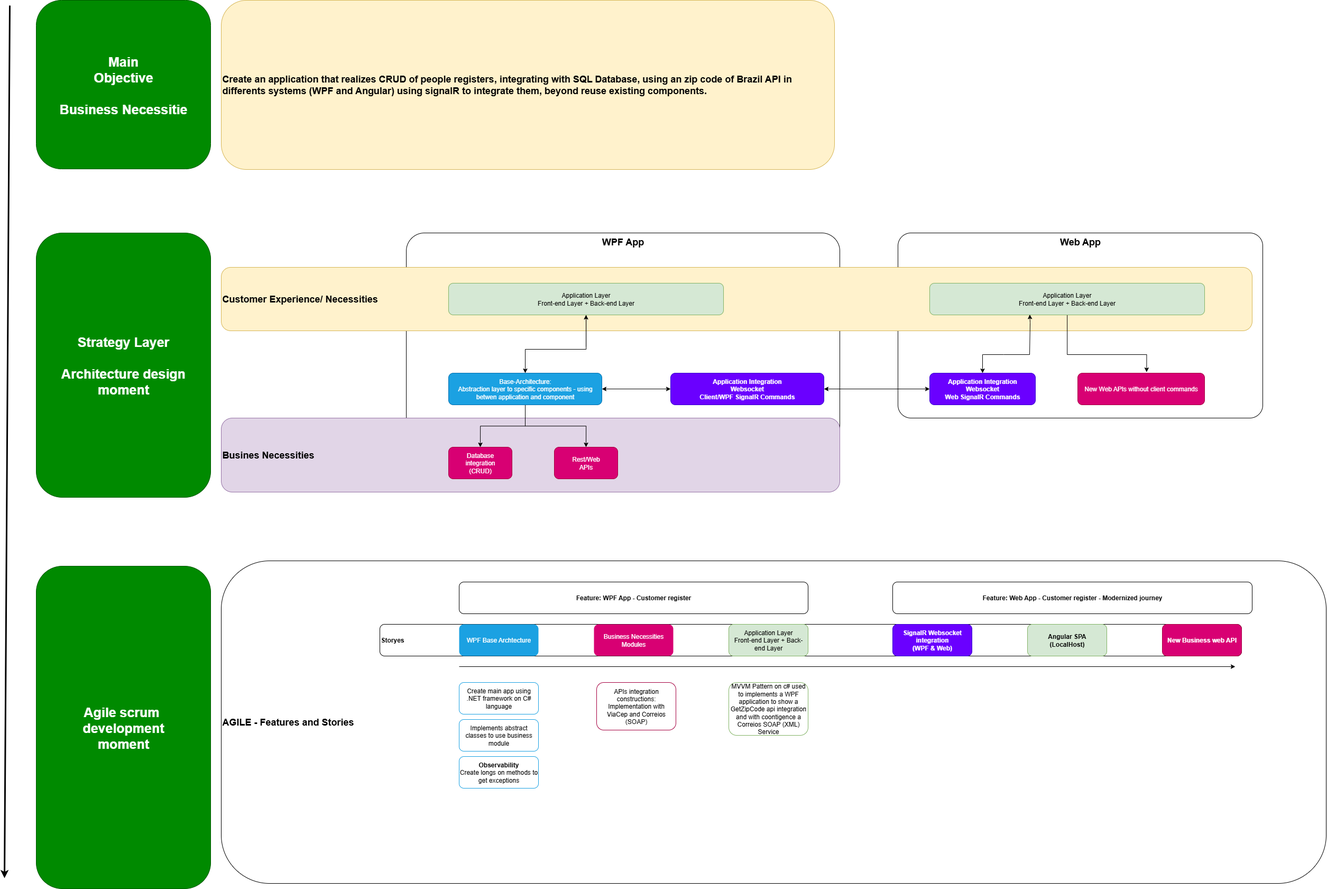
This is Client_ConceitoCadastro/ArchitectureDiagrams/ArchitectureWorkflow.png from Mian-And/arch-people-register-concept, a draw.io export, as it was before one commit. Source tidied: cells renumbered, new cells last; positions are measured from the earlier drawing's top-left corner, leaving out a move shared by most shapes.
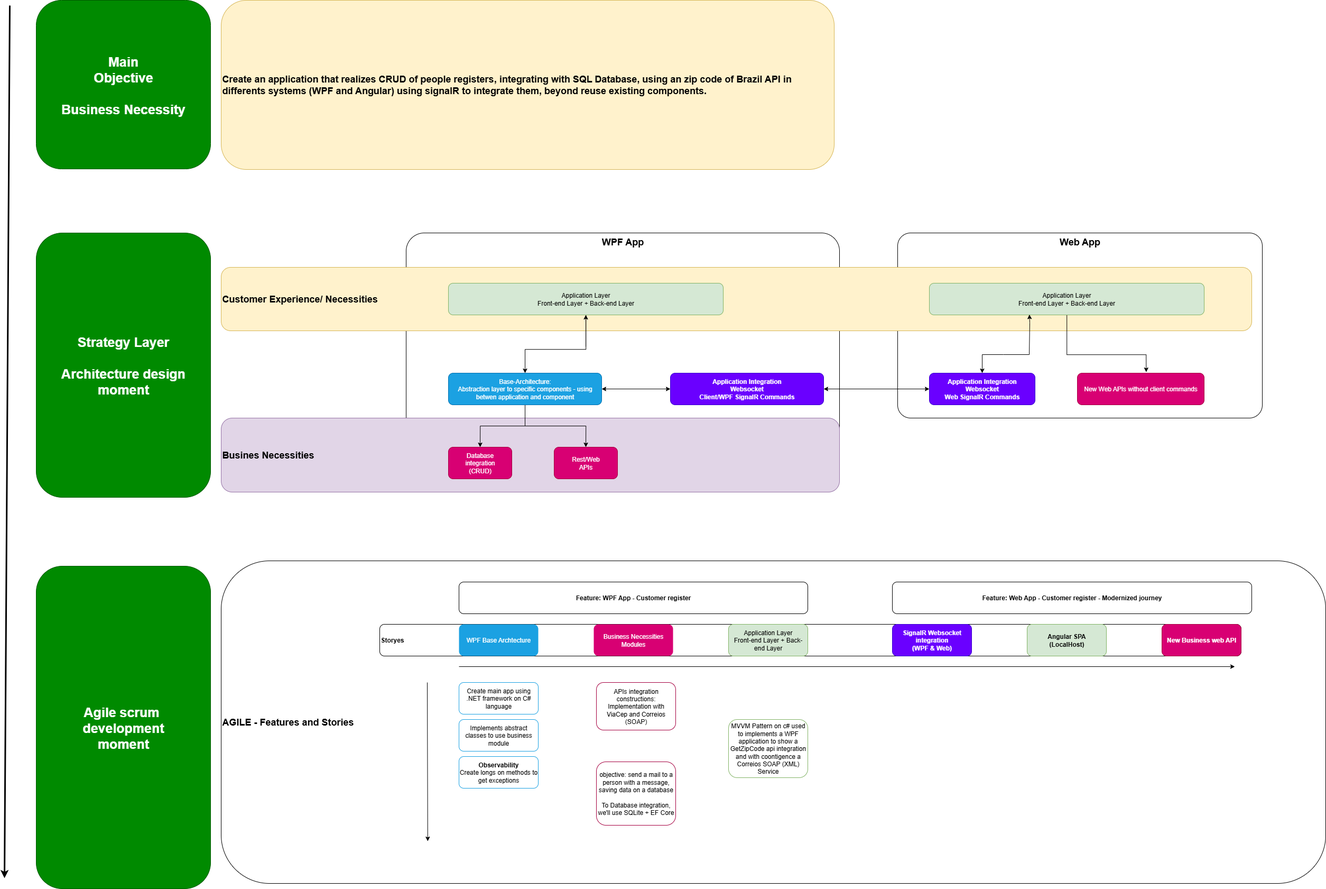
The same diagram one commit later.

Change to the diagram source:
```diff
@@ -138,7 +138,7 @@
         </Array>
       </mxGeometry>
     </mxCell>
-    <mxCell id="39" value="&lt;div&gt;Main&lt;/div&gt;Objective&lt;div&gt;&lt;br&gt;&lt;/div&gt;&lt;div&gt;Business Necessitie&lt;/div&gt;" style="rounded=1;whiteSpace=wrap;html=1;align=center;fontStyle=1;fontSize=25;fillColor=#008a00;fontColor=#ffffff;strokeColor=#005700;" parent="1" vertex="1">
+    <mxCell id="39" value="&lt;div&gt;Main&lt;/div&gt;Objective&lt;div&gt;&lt;br&gt;&lt;/div&gt;&lt;div&gt;Business Necessity&lt;/div&gt;" style="rounded=1;whiteSpace=wrap;html=1;align=center;fontStyle=1;fontSize=25;fillColor=#008a00;fontColor=#ffffff;strokeColor=#005700;" parent="1" vertex="1">
       <mxGeometry x="60" width="330" height="319" as="geometry" />
     </mxCell>
     <mxCell id="40" value="Create an application that realizes CRUD of people registers, integrating with SQL Database, using an zip code of Brazil API in differents systems (WPF and Angular) using signalR to integrate them, beyond reuse existing components." style="rounded=1;whiteSpace=wrap;html=1;align=left;fontStyle=1;fontSize=18;fillColor=#fff2cc;strokeColor=#d6b656;" parent="1" vertex="1">
@@ -148,7 +148,15 @@
       <mxGeometry x="1120" y="1290" width="150" height="90" as="geometry" />
     </mxCell>
     <mxCell id="42" value="MVVM Pattern on c# used to implements a WPF application to show a GetZipCode api integration and with coontigence a Correios SOAP (XML) Service" style="rounded=1;whiteSpace=wrap;html=1;fillColor=none;fontColor=default;strokeColor=#82b366;align=center;verticalAlign=middle;fontFamily=Helvetica;fontSize=12;" parent="1" vertex="1">
-      <mxGeometry x="1370" y="1290" width="150" height="100" as="geometry" />
+      <mxGeometry x="1370" y="1360" width="150" height="110" as="geometry" />
     </mxCell>
+    <mxCell id="43" value="&lt;div style=&quot;&quot;&gt;&lt;span style=&quot;background-color: transparent; color: light-dark(rgb(0, 0, 0), rgb(255, 255, 255));&quot;&gt;objective: send a mail to a person with a message, saving data on a database&lt;/span&gt;&lt;/div&gt;&lt;div style=&quot;&quot;&gt;&lt;span style=&quot;background-color: transparent; color: light-dark(rgb(0, 0, 0), rgb(255, 255, 255));&quot;&gt;&lt;br&gt;&lt;/span&gt;&lt;/div&gt;&lt;div style=&quot;&quot;&gt;To Database integration, we'll use&amp;nbsp;SQLite + EF Core&lt;span style=&quot;background-color: transparent; color: light-dark(rgb(0, 0, 0), rgb(255, 255, 255));&quot;&gt;&lt;/span&gt;&lt;/div&gt;" style="rounded=1;whiteSpace=wrap;html=1;strokeColor=#A50040;align=center;verticalAlign=middle;fontFamily=Helvetica;fontSize=12;fontColor=default;fillColor=none;" parent="1" vertex="1">
+      <mxGeometry x="1120" y="1440" width="150" height="120" as="geometry" />
+    </mxCell>
+    <mxCell id="44" style="endArrow=classic;html=1;rounded=0;entryX=0.187;entryY=0.869;entryDx=0;entryDy=0;entryPerimeter=0;" parent="1" edge="1" target="21">
+      <mxGeometry relative="1" as="geometry">
+        <mxPoint x="800" y="1290" as="sourcePoint" />
+      </mxGeometry>
+    </mxCell>
   </root>
 </mxGraphModel>
```
